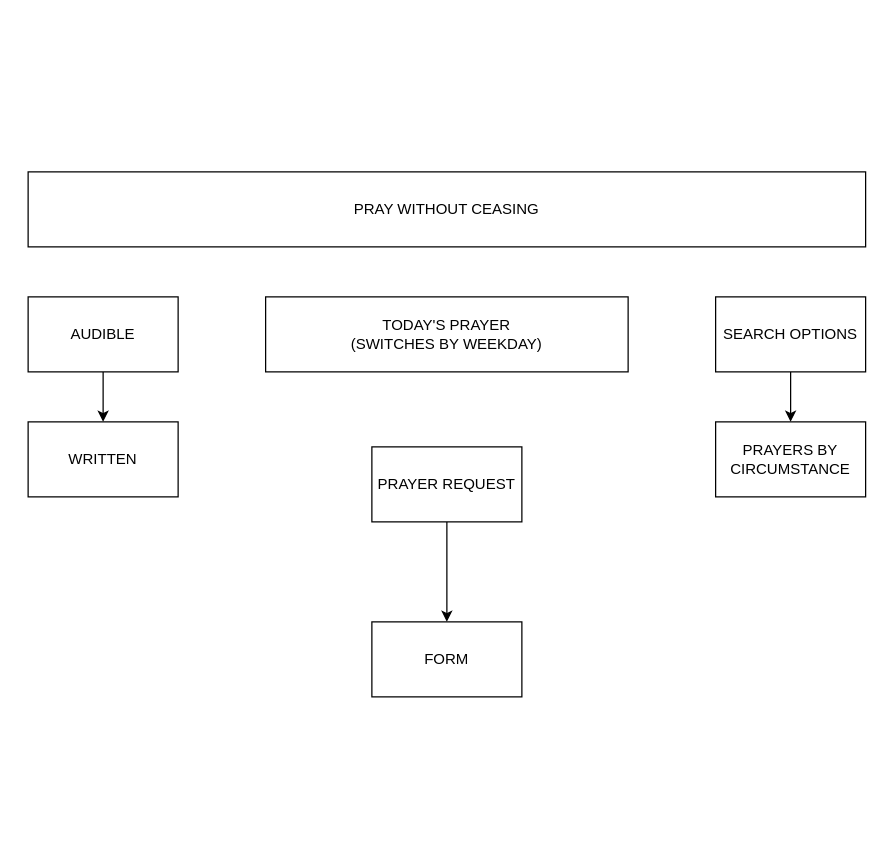
Before: Untitled Diagram.drawio in aaronmtsr/my-prayer-app, a draw.io diagram. Source tidied: cells renumbered, new cells numbered last; positions are measured from the earlier drawing's top-left corner, leaving out a move shared by most shapes. Both pictures are drawn from the tidied source at 125%, with x=0, y=0 at pixel (28, 171).
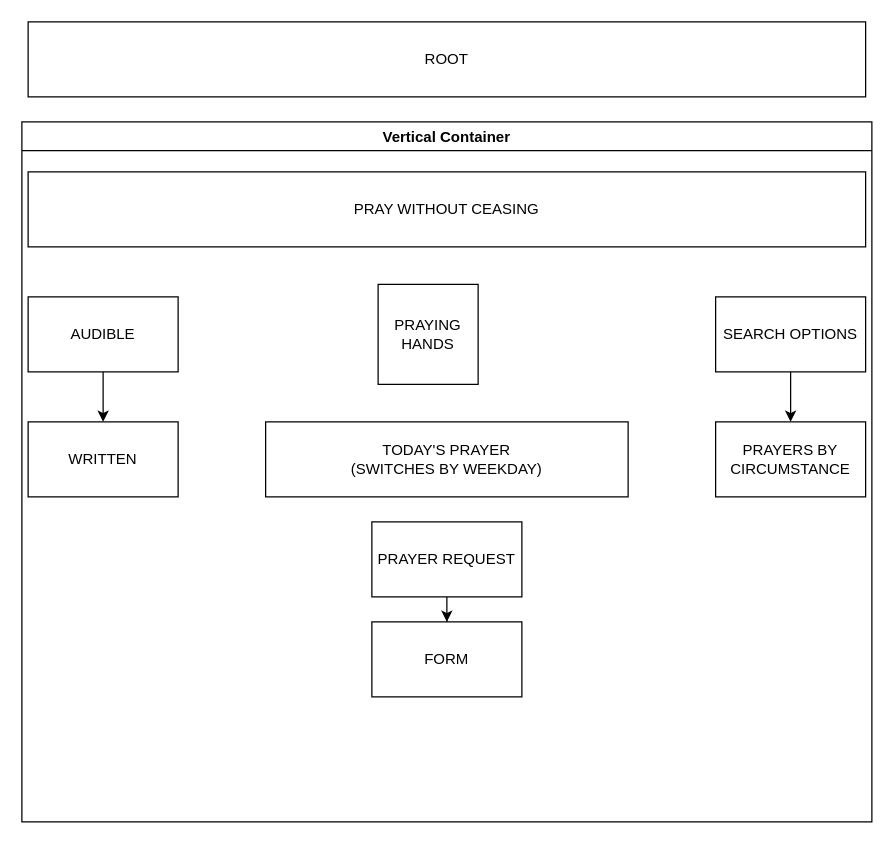
The same page after the edit.

The edit, as a diff of the source:
```diff
@@
 <mxGraphModel>
   <root>
     <mxCell id="0" />
     <mxCell id="1" parent="0" />
     <mxCell id="2" value="PRAY WITHOUT CEASING" style="rounded=0;whiteSpace=wrap;html=1;" parent="1" vertex="1">
       <mxGeometry width="670" height="60" as="geometry" />
     </mxCell>
     <mxCell id="3" value="&lt;div&gt;TODAY'S PRAYER&lt;/div&gt;&lt;div&gt;(SWITCHES BY WEEKDAY)&lt;br&gt;&lt;/div&gt;" style="rounded=0;whiteSpace=wrap;html=1;" parent="1" vertex="1">
-      <mxGeometry x="190" y="100" width="290" height="60" as="geometry" />
+      <mxGeometry x="190" y="200" width="290" height="60" as="geometry" />
     </mxCell>
     <mxCell id="4" style="edgeStyle=orthogonalEdgeStyle;rounded=0;jettySize=auto;html=1;" parent="1" edge="1" source="5" target="6">
       <mxGeometry relative="1" as="geometry" />
     </mxCell>
     <mxCell id="5" value="SEARCH OPTIONS" style="rounded=0;whiteSpace=wrap;html=1;" parent="1" vertex="1">
       <mxGeometry x="550" y="100" width="120" height="60" as="geometry" />
     </mxCell>
     <mxCell id="6" value="PRAYERS BY CIRCUMSTANCE" style="rounded=0;whiteSpace=wrap;html=1;" parent="1" vertex="1">
       <mxGeometry x="550" y="200" width="120" height="60" as="geometry" />
     </mxCell>
     <mxCell id="7" style="edgeStyle=orthogonalEdgeStyle;rounded=0;jettySize=auto;html=1;" parent="1" edge="1" source="8" target="9">
       <mxGeometry relative="1" as="geometry" />
     </mxCell>
     <mxCell id="8" value="AUDIBLE" style="rounded=0;whiteSpace=wrap;html=1;" parent="1" vertex="1">
       <mxGeometry y="100" width="120" height="60" as="geometry" />
     </mxCell>
     <mxCell id="9" value="WRITTEN" style="rounded=0;whiteSpace=wrap;html=1;" parent="1" vertex="1">
       <mxGeometry y="200" width="120" height="60" as="geometry" />
     </mxCell>
     <mxCell id="10" style="edgeStyle=orthogonalEdgeStyle;rounded=0;jettySize=auto;html=1;" parent="1" edge="1" source="11" target="12">
       <mxGeometry relative="1" as="geometry" />
     </mxCell>
     <mxCell id="11" value="PRAYER REQUEST" style="rounded=0;whiteSpace=wrap;html=1;" parent="1" vertex="1">
-      <mxGeometry x="275" y="220" width="120" height="60" as="geometry" />
+      <mxGeometry x="275" y="280" width="120" height="60" as="geometry" />
     </mxCell>
     <mxCell id="12" value="FORM" style="rounded=0;whiteSpace=wrap;html=1;" parent="1" vertex="1">
       <mxGeometry x="275" y="360" width="120" height="60" as="geometry" />
     </mxCell>
+    <mxCell id="13" value="PRAYING HANDS" style="whiteSpace=wrap;html=1;" parent="1" vertex="1">
+      <mxGeometry x="280" y="90" width="80" height="80" as="geometry" />
+    </mxCell>
+    <mxCell id="14" value="Vertical Container" style="swimlane;" parent="1" vertex="1">
+      <mxGeometry x="-5" y="-40" width="680" height="560" as="geometry" />
+    </mxCell>
+    <mxCell id="15" value="ROOT" style="rounded=0;whiteSpace=wrap;html=1;" parent="1" vertex="1">
+      <mxGeometry y="-120" width="670" height="60" as="geometry" />
+    </mxCell>
   </root>
 </mxGraphModel>
```
